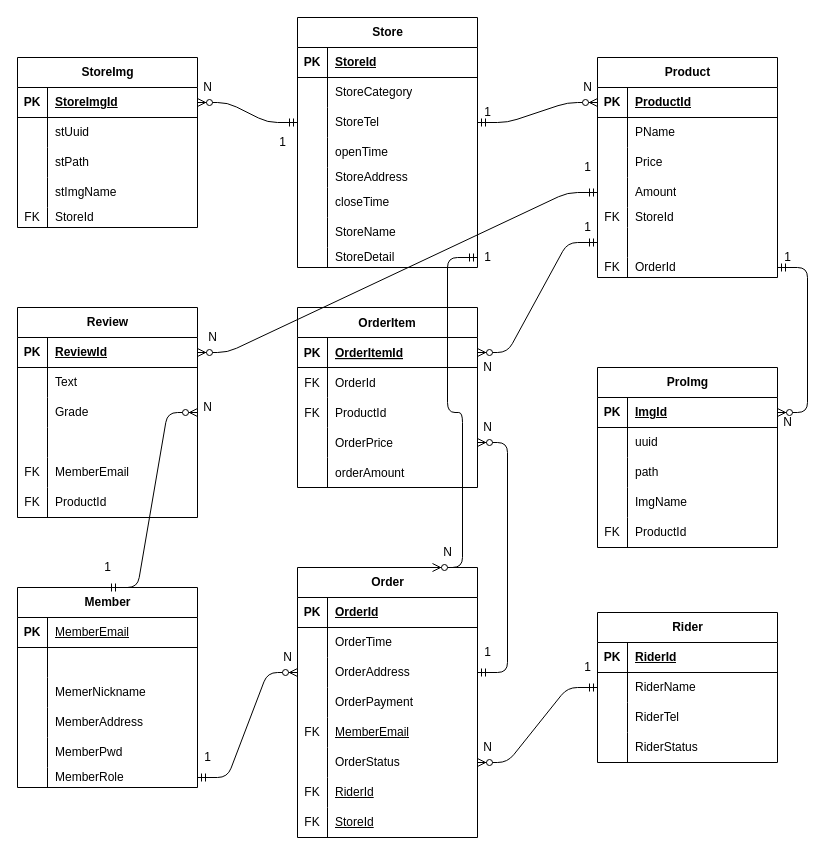
Before: src/main/java/com/example/sijangtong/erd/sijangtong.drawio in brian110326/sijangtong, a draw.io diagram. Source tidied: cells renumbered, new cells numbered last; positions are measured from the earlier drawing's top-left corner, leaving out a move shared by most shapes. Both pictures are drawn from the tidied source at 100%, with x=0, y=0 at pixel (17, 17).
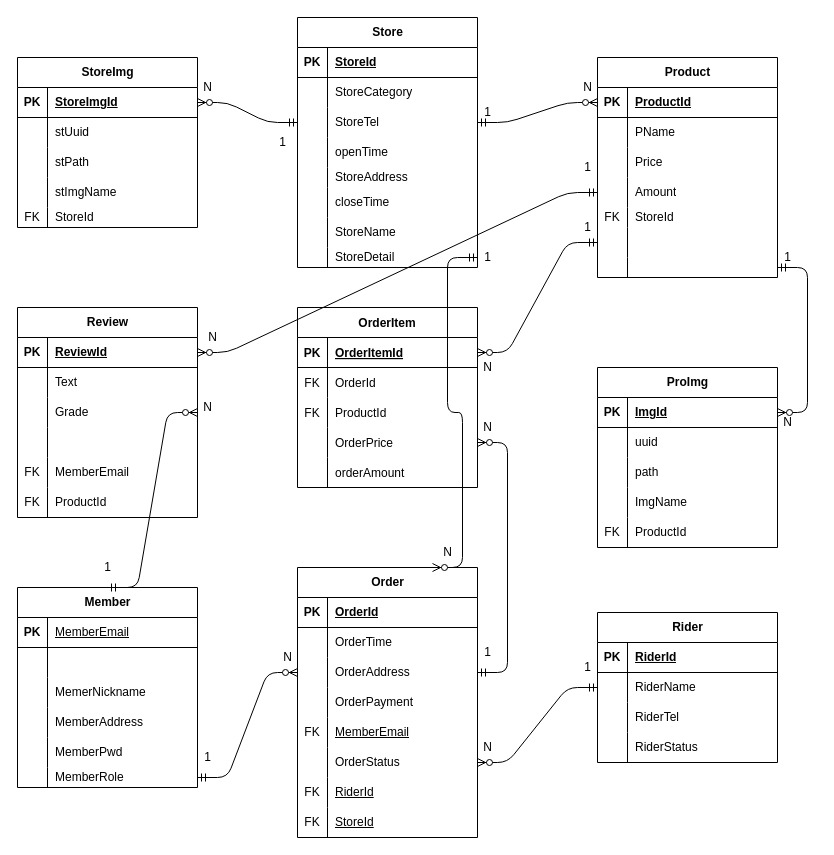
Above is the later version.

The change refers to these unchanged cells:
```xml
<mxCell id="46" style="shape=tableRow;horizontal=0;startSize=0;swimlaneHead=0;swimlaneBody=0;fillColor=none;points=[[0,0.5],[1,0.5]];portConstraint=eastwest;top=0;left=0;right=0;bottom=0;" parent="27" vertex="1">
  <mxGeometry y="200" width="180" height="20" as="geometry" />
</mxCell>
```

Change to the diagram source:
```diff
@@
-    <mxCell id="47" value="FK" style="shape=partialRectangle;fillColor=none;top=0;left=0;bottom=0;right=0;overflow=hidden;whiteSpace=wrap;html=1;" parent="46" vertex="1">
+    <mxCell id="47" style="shape=partialRectangle;fillColor=none;top=0;left=0;bottom=0;right=0;overflow=hidden;whiteSpace=wrap;html=1;" parent="46" vertex="1">
       <mxGeometry width="30" height="20" as="geometry" />
     </mxCell>
-    <mxCell id="48" value="OrderId" style="shape=partialRectangle;fillColor=none;top=0;left=0;bottom=0;right=0;align=left;spacingLeft=6;overflow=hidden;whiteSpace=wrap;html=1;" parent="46" vertex="1">
+    <mxCell id="48" style="shape=partialRectangle;fillColor=none;top=0;left=0;bottom=0;right=0;align=left;spacingLeft=6;overflow=hidden;whiteSpace=wrap;html=1;" parent="46" vertex="1">
       <mxGeometry x="30" width="150" height="20" as="geometry" />
     </mxCell>
```
